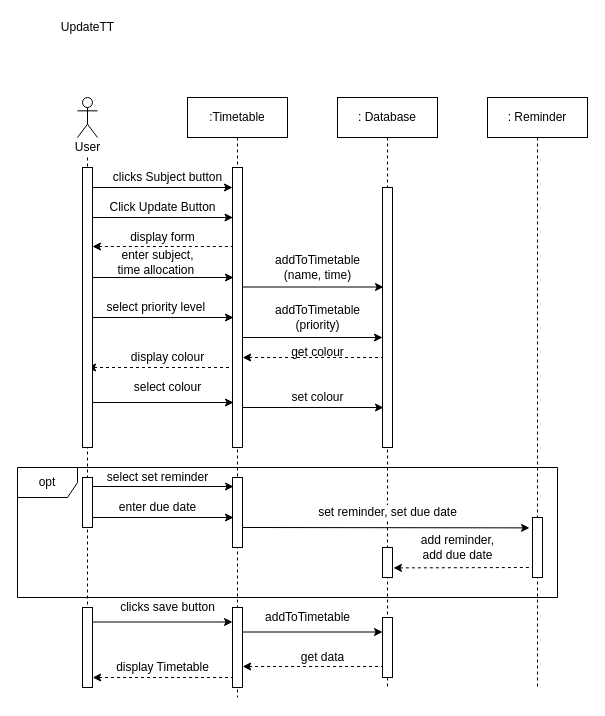
Above: page "Page-3" (3 of 4) of Timetable.drawio in FaizAnuar/ashisu (draw.io), before the change. Source tidied: cells renumbered, new cells numbered last; positions are measured from the earlier drawing's top-left corner, leaving out a move shared by most shapes. Both pictures are drawn from the tidied source at 100%, with x=0, y=0 at pixel (17, 17).
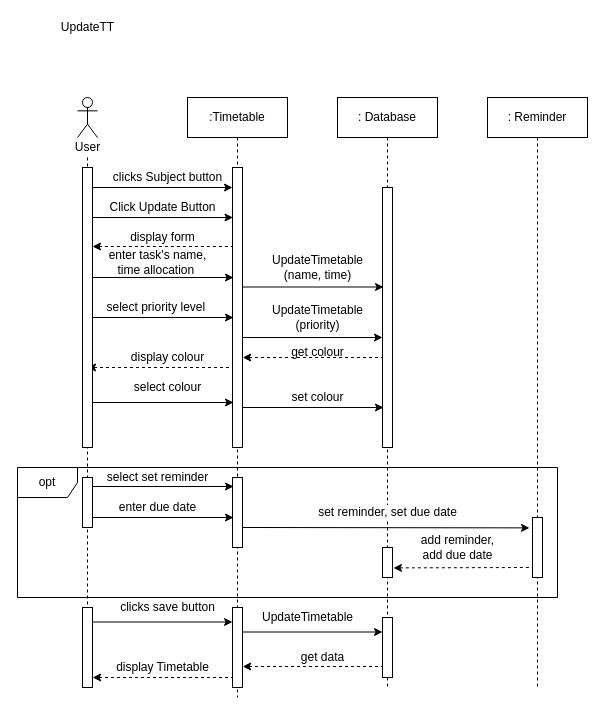
After the change.

What changed in the source:
```diff
@@
-    <mxCell id="17" value="enter subject, &lt;br&gt;time allocation&amp;nbsp;" style="text;html=1;align=center;verticalAlign=middle;strokeColor=none;" parent="1" vertex="1">
-      <mxGeometry x="90" y="230" width="100" height="30" as="geometry" />
+    <mxCell id="17" value="enter task's name, &lt;br&gt;time allocation&amp;nbsp;" style="text;html=1;align=center;verticalAlign=middle;strokeColor=none;" parent="1" vertex="1">
+      <mxGeometry x="85" y="230" width="110" height="30" as="geometry" />
     </mxCell>
@@
-    <mxCell id="25" value="addToTimetable&lt;br&gt;(name, time)" style="text;html=1;align=center;verticalAlign=middle;strokeColor=none;" parent="1" vertex="1">
-      <mxGeometry x="250" y="230" width="100" height="40" as="geometry" />
+    <mxCell id="25" value="UpdateTimetable&lt;br&gt;(name, time)" style="text;html=1;align=center;verticalAlign=middle;strokeColor=none;" parent="1" vertex="1">
+      <mxGeometry x="245" y="230" width="110" height="40" as="geometry" />
     </mxCell>
-    <mxCell id="26" value="addToTimetable&lt;br&gt;(priority)" style="text;html=1;align=center;verticalAlign=middle;strokeColor=none;" parent="1" vertex="1">
-      <mxGeometry x="250" y="280" width="100" height="40" as="geometry" />
+    <mxCell id="26" value="UpdateTimetable&lt;br&gt;(priority)" style="text;html=1;align=center;verticalAlign=middle;strokeColor=none;" parent="1" vertex="1">
+      <mxGeometry x="245" y="280" width="110" height="40" as="geometry" />
     </mxCell>
@@
-    <mxCell id="59" value="addToTimetable" style="text;html=1;align=center;verticalAlign=middle;strokeColor=none;" parent="1" vertex="1">
-      <mxGeometry x="240" y="590" width="100" height="20" as="geometry" />
+    <mxCell id="59" value="UpdateTimetable" style="text;html=1;align=center;verticalAlign=middle;strokeColor=none;" parent="1" vertex="1">
+      <mxGeometry x="235" y="590" width="110" height="20" as="geometry" />
     </mxCell>
```
